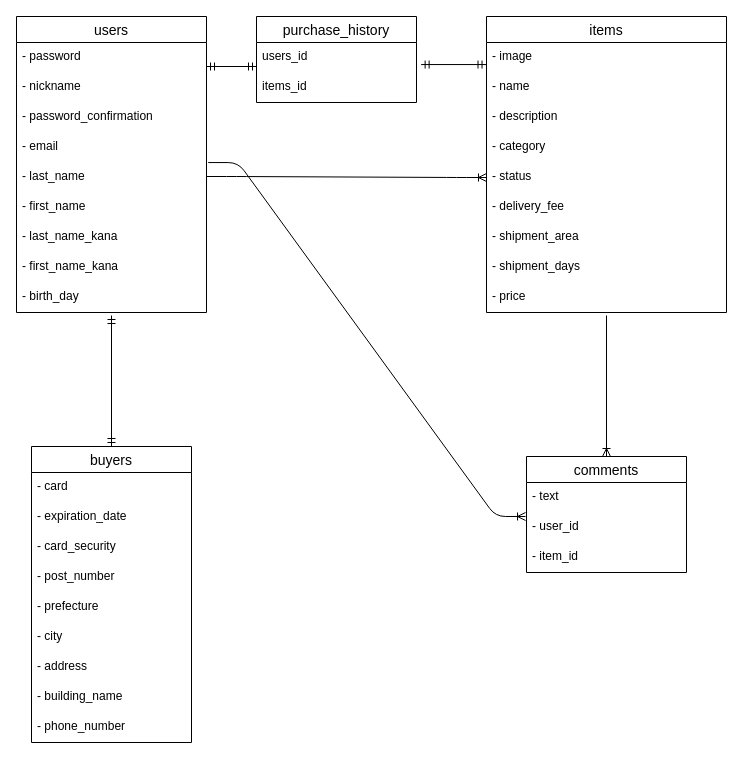
nakaharabo/furima-33338 keeps this draw.io diagram as furima.dio. Above is the earlier version. Source tidied: cells renumbered, new cells numbered last; positions are measured from the earlier drawing's top-left corner, leaving out a move shared by most shapes. Both pictures are drawn from the tidied source at 100%, with x=0, y=0 at pixel (16, 16).
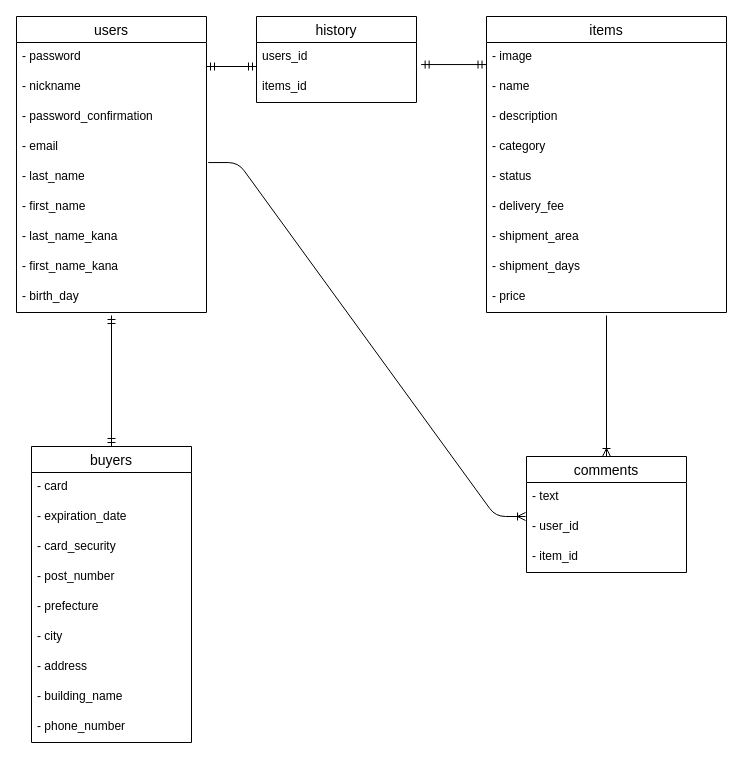
The same diagram, later.

Commit message (it also covers changes not shown here):
DB設計の修正4

Unchanged cells that the change refers to:
```xml
<mxCell id="17" value="- status" style="text;strokeColor=none;fillColor=none;spacingLeft=4;spacingRight=4;overflow=hidden;points=[[0,0.5],[1,0.5]];portConstraint=eastwest;fontSize=12;" parent="12" vertex="1">
  <mxGeometry y="146" width="240" height="30" as="geometry" />
</mxCell>
```

The edit, as a diff of the source:
```diff
@@
-    <mxCell id="36" style="edgeStyle=entityRelationEdgeStyle;fontSize=12;html=1;endArrow=ERoneToMany;entryX=0;entryY=0.5;entryDx=0;entryDy=0;" parent="1" edge="1" target="17">
-      <mxGeometry relative="1" as="geometry">
-        <mxPoint x="190" y="160" as="sourcePoint" />
-      </mxGeometry>
-    </mxCell>
@@
-    <mxCell id="40" value="purchase_history " style="swimlane;fontStyle=0;horizontal=1;startSize=26;align=center;fontSize=14;" parent="1" vertex="1">
+    <mxCell id="40" value="history " style="swimlane;fontStyle=0;horizontal=1;startSize=26;align=center;fontSize=14;" parent="1" vertex="1">
       <mxGeometry x="240" width="160" height="86" as="geometry" />
     </mxCell>
```
